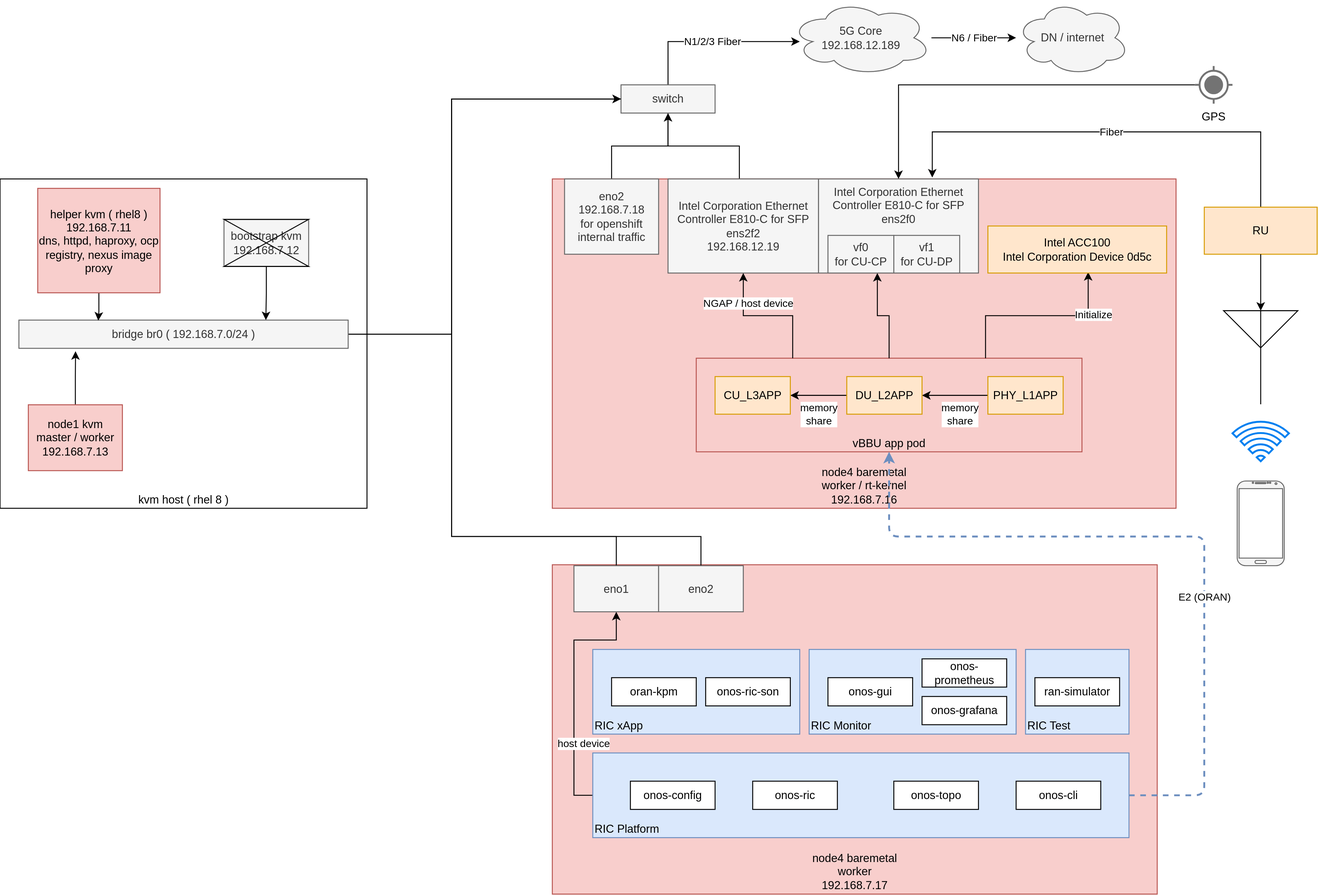
wangzheng422/docker_env keeps this draw.io diagram as redhat/ocp4/4.10/dia/4.9.real-time.kernel.drawio.svg. Above is the earlier version. Source tidied: cells renumbered, new cells last; positions are measured from the earlier drawing's top-left corner, leaving out a move shared by most shapes.
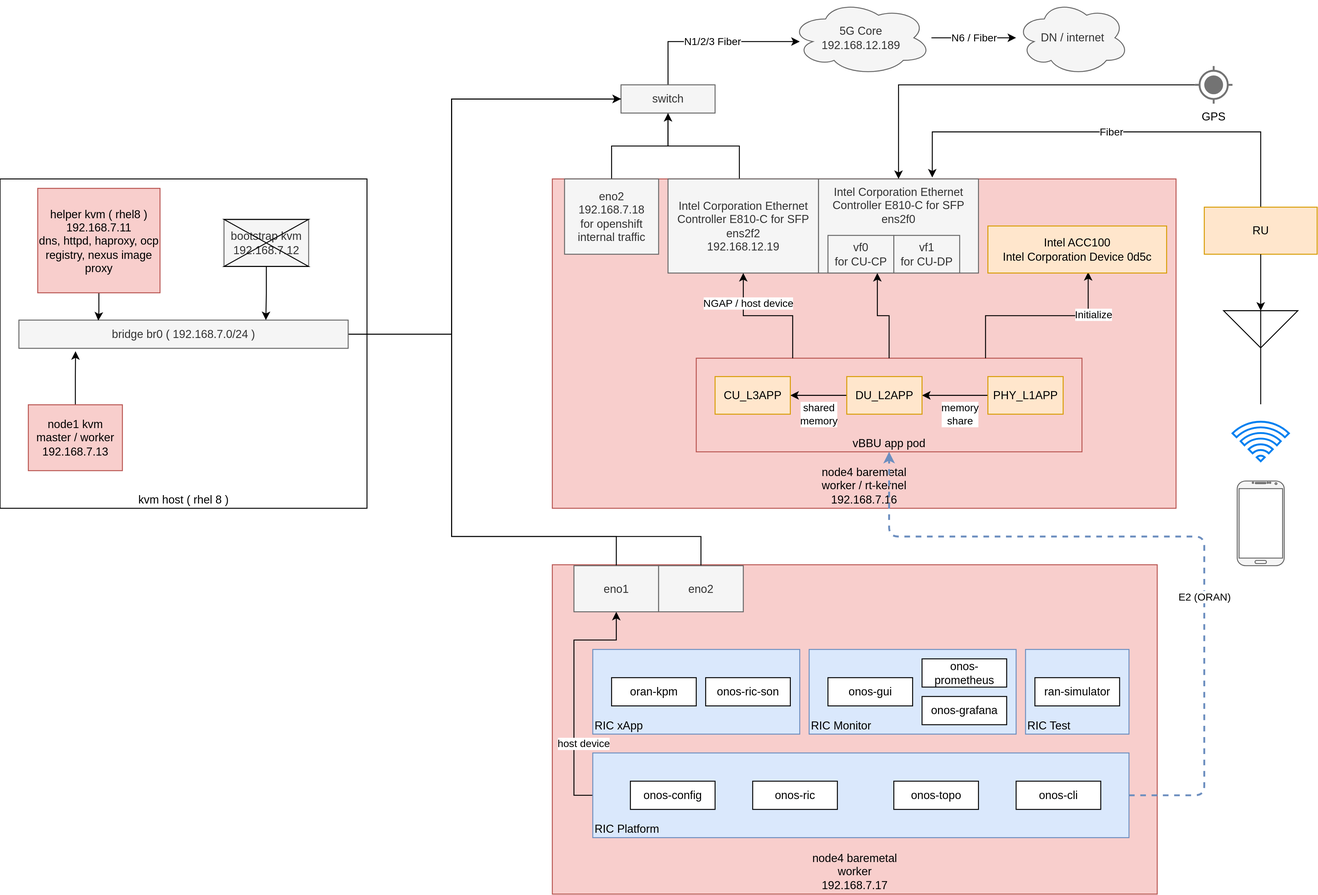
After the change.

The edit, as a diff of the source:
```diff
@@ -134,7 +134,7 @@
     <mxCell id="36" value="PHY_L1APP" style="rounded=0;whiteSpace=wrap;html=1;verticalAlign=middle;fillColor=#ffe6cc;strokeColor=#d79b00;" parent="16" vertex="1">
       <mxGeometry x="1050" y="400" width="80" height="40" as="geometry" />
     </mxCell>
-    <mxCell id="37" value="memory &lt;br&gt;share" style="edgeStyle=orthogonalEdgeStyle;rounded=0;jettySize=auto;html=1;entryX=1;entryY=0.5;entryDx=0;entryDy=0;exitX=0;exitY=0.5;exitDx=0;exitDy=0;" parent="16" edge="1" source="38" target="45">
+    <mxCell id="37" value="shared&amp;nbsp;&lt;br&gt;memory" style="edgeStyle=orthogonalEdgeStyle;rounded=0;jettySize=auto;html=1;entryX=1;entryY=0.5;entryDx=0;entryDy=0;exitX=0;exitY=0.5;exitDx=0;exitDy=0;" parent="16" edge="1" source="38" target="45">
       <mxGeometry y="20" relative="1" as="geometry">
         <Array as="points">
           <mxPoint x="870" y="420" />
```
